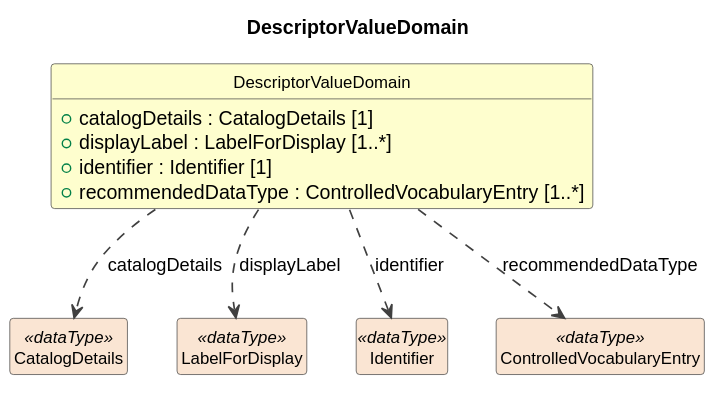
The PlantUML diagram build/plantuml/cdifDataStructure/Classes/DescriptorValueDomain.svg in Cross-Domain-Interoperability-Framework/metadataBuildingBlocks, before a commit. Its diagram source:
```plantuml
@startuml
title DescriptorValueDomain
hide circle
hide empty members
skinparam shadowing false
skinparam ArrowThickness 1.2
skinparam class {
  ArrowColor #404040
  BorderColor #404040
  FontSize 12
}

class "DescriptorValueDomain" as DescriptorValueDomain #FEFECE {
  +catalogDetails : CatalogDetails [1]
  +displayLabel : LabelForDisplay [1..*]
  +identifier : Identifier [1]
  +recommendedDataType : ControlledVocabularyEntry [1..*]
}
class "CatalogDetails" as CatalogDetails <<dataType>> #FAE5D3
DescriptorValueDomain ..> CatalogDetails : catalogDetails
class "LabelForDisplay" as LabelForDisplay <<dataType>> #FAE5D3
DescriptorValueDomain ..> LabelForDisplay : displayLabel
class "Identifier" as Identifier <<dataType>> #FAE5D3
DescriptorValueDomain ..> Identifier : identifier
class "ControlledVocabularyEntry" as ControlledVocabularyEntry <<dataType>> #FAE5D3
DescriptorValueDomain ..> ControlledVocabularyEntry : recommendedDataType
@enduml
```
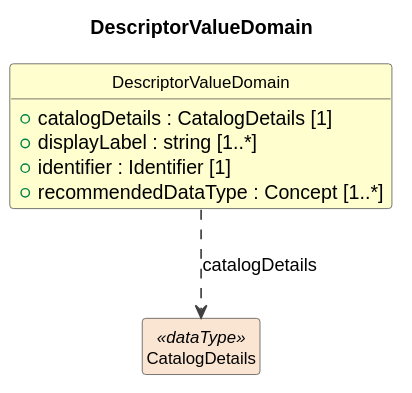
The same diagram one commit later.

Change to the diagram source:
```diff
@@ -12,16 +12,10 @@
 
 class "DescriptorValueDomain" as DescriptorValueDomain #FEFECE {
   +catalogDetails : CatalogDetails [1]
-  +displayLabel : LabelForDisplay [1..*]
+  +displayLabel : string [1..*]
   +identifier : Identifier [1]
-  +recommendedDataType : ControlledVocabularyEntry [1..*]
+  +recommendedDataType : Concept [1..*]
 }
 class "CatalogDetails" as CatalogDetails <<dataType>> #FAE5D3
 DescriptorValueDomain ..> CatalogDetails : catalogDetails
-class "LabelForDisplay" as LabelForDisplay <<dataType>> #FAE5D3
-DescriptorValueDomain ..> LabelForDisplay : displayLabel
-class "Identifier" as Identifier <<dataType>> #FAE5D3
-DescriptorValueDomain ..> Identifier : identifier
-class "ControlledVocabularyEntry" as ControlledVocabularyEntry <<dataType>> #FAE5D3
-DescriptorValueDomain ..> ControlledVocabularyEntry : recommendedDataType
 @enduml
```
